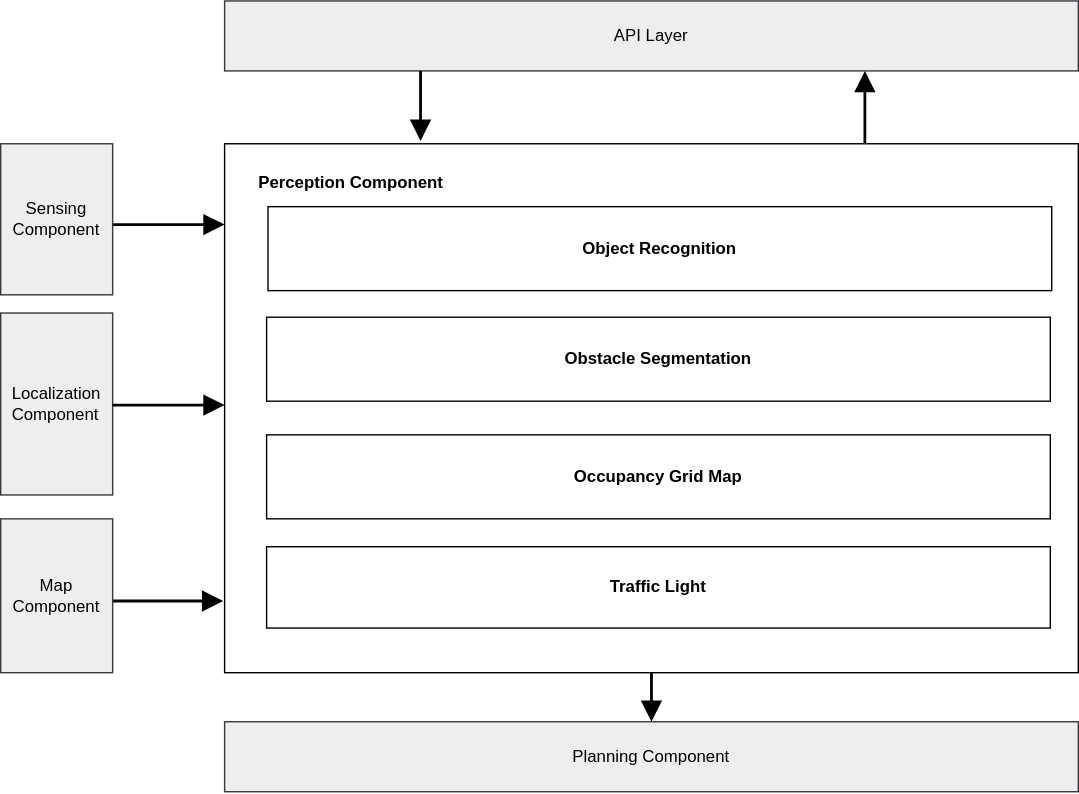
autowarefoundation/autoware-documentation keeps this draw.io diagram as docs/design/autoware-architecture/perception/image/high-level-perception-diagram.drawio.svg. Above is the earlier version. Source tidied: cells renumbered, new cells last; positions are measured from the earlier drawing's top-left corner, leaving out a move shared by most shapes.
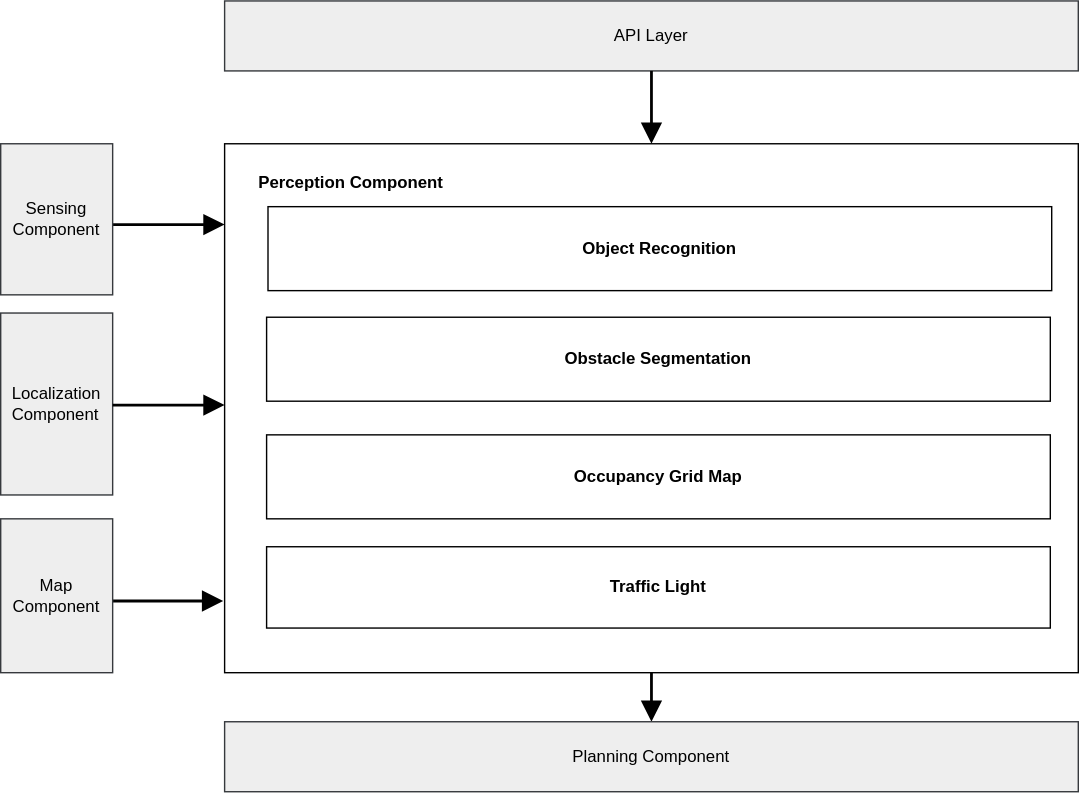
Above is the later version.

Commit message:
docs(design): remove unused arrow from high level perception diagram

Diff of the diagram source:
```diff
@@ -14,9 +14,6 @@
     <mxCell id="4" value="API Layer" style="rounded=1;whiteSpace=wrap;html=1;labelBackgroundColor=none;verticalAlign=middle;arcSize=0;shadow=0;fillColor=#eeeeee;strokeColor=#36393d;" parent="1" vertex="1">
       <mxGeometry x="160" width="610" height="50" as="geometry" />
     </mxCell>
-    <mxCell id="5" style="edgeStyle=none;rounded=0;sketch=0;jettySize=auto;html=1;exitX=0.75;exitY=0;exitDx=0;exitDy=0;entryX=0.75;entryY=1;entryDx=0;entryDy=0;shadow=0;labelBackgroundColor=none;strokeWidth=2;fontColor=#0d0d0d;startArrow=none;startFill=0;endArrow=block;endFill=1;startSize=10;endSize=10;sourcePerimeterSpacing=4;targetPerimeterSpacing=4;" parent="1" edge="1" source="6" target="4">
-      <mxGeometry relative="1" as="geometry" />
-    </mxCell>
     <mxCell id="6" style="rounded=0;whiteSpace=wrap;html=1;verticalAlign=top;labelBackgroundColor=none;shadow=0;" parent="1" vertex="1">
       <mxGeometry x="160" y="102.1" width="610" height="377.9" as="geometry" />
     </mxCell>
@@ -29,11 +26,8 @@
     <mxCell id="9" value="&lt;b&gt;Perception Component&lt;/b&gt;" style="text;html=1;align=center;verticalAlign=middle;labelBackgroundColor=none;shadow=1;" parent="1" vertex="1">
       <mxGeometry x="170" y="115" width="160" height="30" as="geometry" />
     </mxCell>
-    <mxCell id="10" style="edgeStyle=orthogonalEdgeStyle;rounded=0;sketch=0;orthogonalLoop=1;jettySize=auto;html=1;shadow=0;labelBackgroundColor=none;strokeWidth=2;endArrow=block;endFill=1;startSize=10;endSize=10;sourcePerimeterSpacing=4;targetPerimeterSpacing=4;" parent="1" edge="1">
-      <mxGeometry relative="1" as="geometry">
-        <mxPoint x="300" y="50" as="sourcePoint" />
-        <mxPoint x="300" y="100" as="targetPoint" />
-      </mxGeometry>
+    <mxCell id="10" style="edgeStyle=orthogonalEdgeStyle;rounded=0;sketch=0;jettySize=auto;html=1;shadow=0;labelBackgroundColor=none;strokeWidth=2;endArrow=block;endFill=1;startSize=10;endSize=10;sourcePerimeterSpacing=4;targetPerimeterSpacing=4;exitX=0.5;exitY=1;exitDx=0;exitDy=0;entryX=0.5;entryY=0;entryDx=0;entryDy=0;" parent="1" edge="1" source="4" target="6">
+      <mxGeometry relative="1" as="geometry" />
     </mxCell>
     <mxCell id="11" value="Sensing&lt;br&gt;Component" style="rounded=1;whiteSpace=wrap;html=1;labelBackgroundColor=none;verticalAlign=middle;arcSize=0;shadow=0;fillColor=#eeeeee;strokeColor=#36393d;" parent="1" vertex="1">
       <mxGeometry y="102.1" width="80" height="108" as="geometry" />
```
